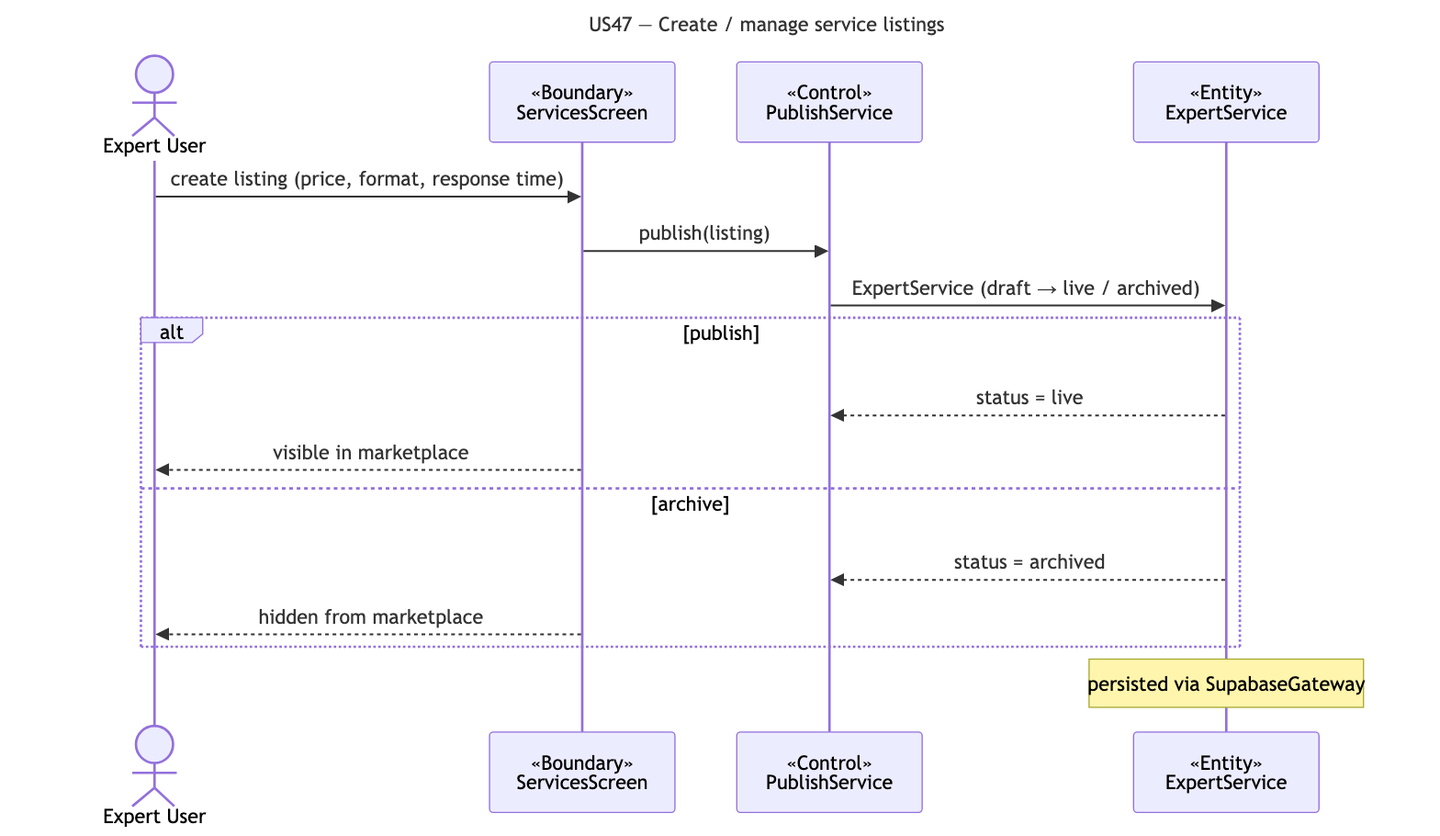
The Mermaid diagram docs/deliverables/sequence-diagrams/US47-service-listings.png in cyuanjun/FYP-26-S2-37-app, before a commit. Its source is kept beside it as docs/deliverables/sequence-diagrams/src/US47-service-listings.mmd.
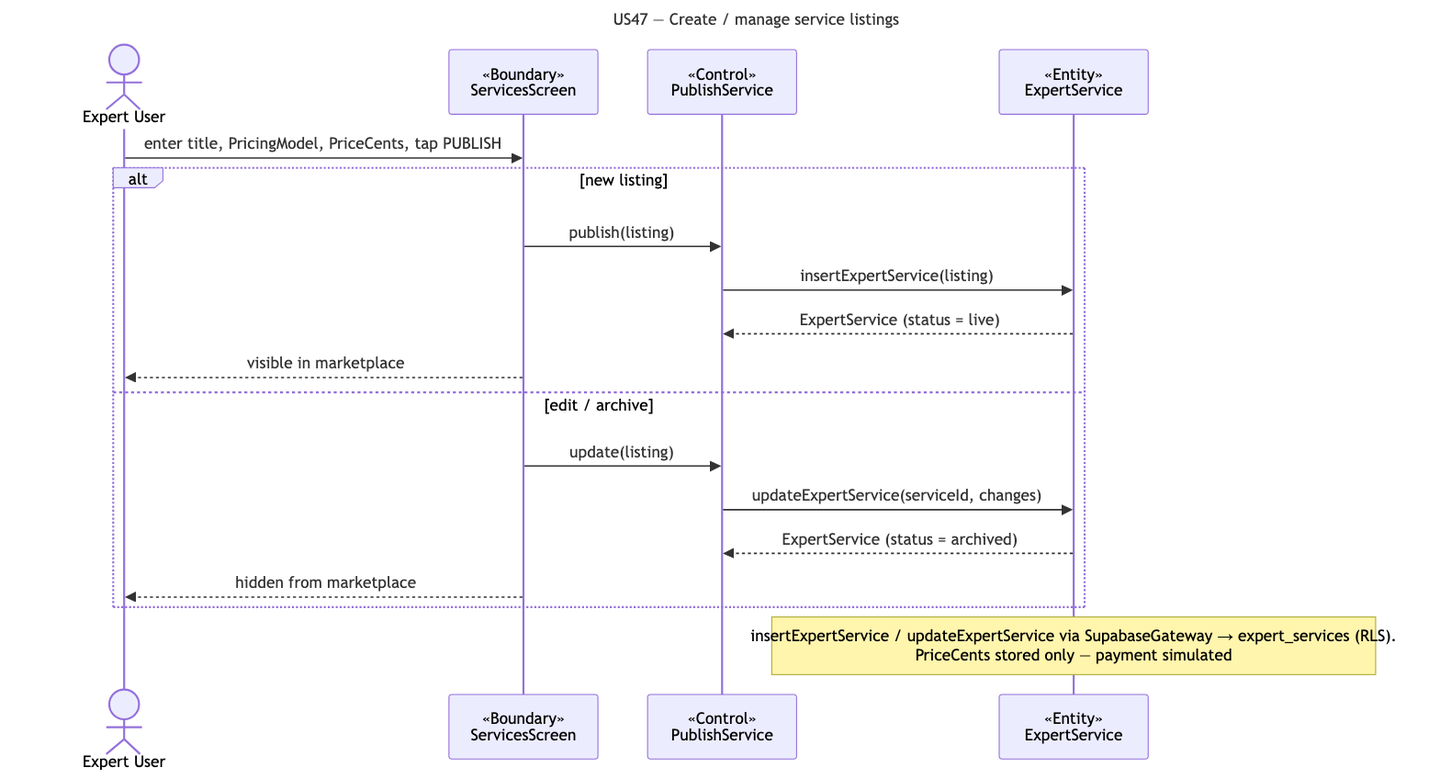
After the commit.

Change to the diagram source:
```diff
@@ -6,14 +6,16 @@
   participant B as «Boundary»<br/>ServicesScreen
   participant C as «Control»<br/>PublishService
   participant E as «Entity»<br/>ExpertService
-  A->>B: create listing (price, format, response time)
-  B->>C: publish(listing)
-  C->>E: ExpertService (draft → live / archived)
-  alt publish
-    E-->>C: status = live
+  A->>B: enter title, PricingModel, PriceCents, tap PUBLISH
+  alt new listing
+    B->>C: publish(listing)
+    C->>E: insertExpertService(listing)
+    E-->>C: ExpertService (status = live)
     B-->>A: visible in marketplace
-  else archive
-    E-->>C: status = archived
+  else edit / archive
+    B->>C: update(listing)
+    C->>E: updateExpertService(serviceId, changes)
+    E-->>C: ExpertService (status = archived)
     B-->>A: hidden from marketplace
   end
-  note over E: persisted via SupabaseGateway
+  note over E: insertExpertService / updateExpertService via SupabaseGateway → expert_services (RLS).<br/>PriceCents stored only — payment simulated
```
